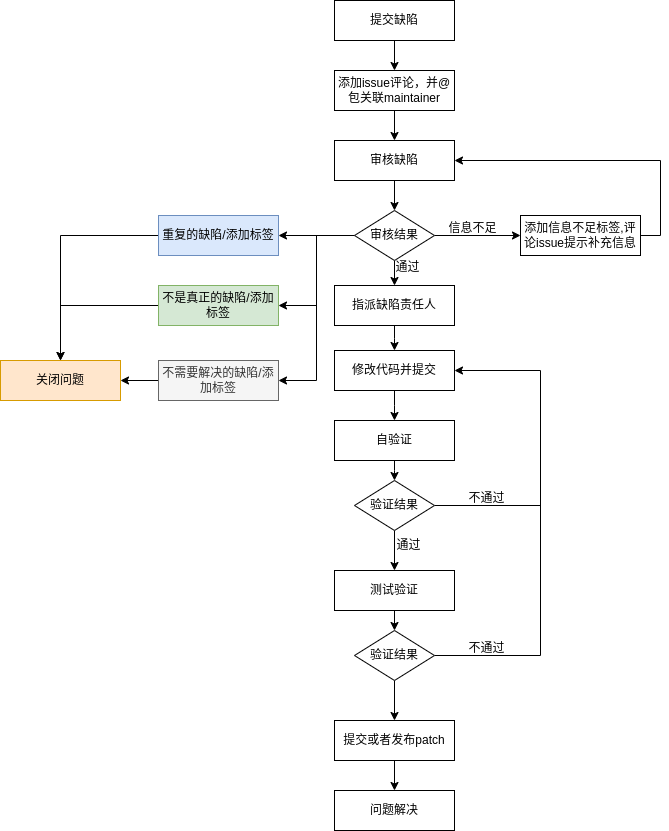
Earlier version of the draw.io export 缺陷issue处理流程.png (weijiang1994/draw-io). Source tidied: cells renumbered, new cells last; positions are measured from the earlier drawing's top-left corner, leaving out a move shared by most shapes.
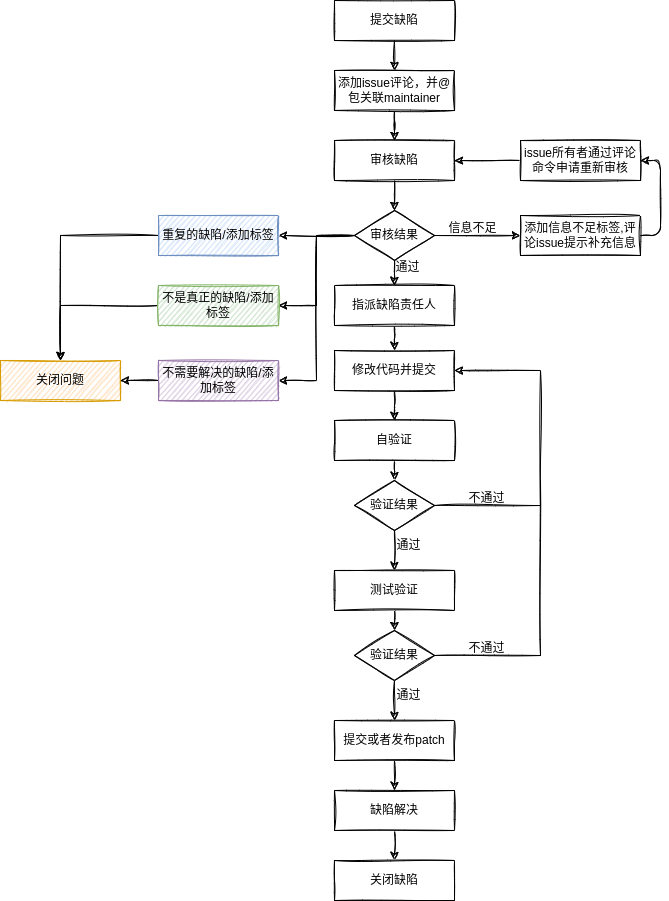
The same file after the commit.

Commit message:
更新缺陷issue处理流程.png

Diff of the diagram source:
```diff
@@ -2,147 +2,162 @@
   <root>
     <mxCell id="0" />
     <mxCell id="1" parent="0" />
-    <mxCell id="2" style="edgeStyle=orthogonalEdgeStyle;rounded=0;jettySize=auto;html=1;exitX=0.5;exitY=1;exitDx=0;exitDy=0;entryX=0.5;entryY=0;entryDx=0;entryDy=0;" parent="1" edge="1" source="3">
+    <mxCell id="2" style="edgeStyle=orthogonalEdgeStyle;rounded=0;jettySize=auto;html=1;exitX=0.5;exitY=1;exitDx=0;exitDy=0;entryX=0.5;entryY=0;entryDx=0;entryDy=0;sketch=1;" parent="1" edge="1" source="3">
       <mxGeometry relative="1" as="geometry">
         <mxPoint x="394" y="70" as="targetPoint" />
       </mxGeometry>
     </mxCell>
-    <mxCell id="3" value="提交缺陷" style="rounded=0;whiteSpace=wrap;html=1;" parent="1" vertex="1">
+    <mxCell id="3" value="提交缺陷" style="rounded=0;whiteSpace=wrap;html=1;sketch=1;" parent="1" vertex="1">
       <mxGeometry x="334" width="120" height="40" as="geometry" />
     </mxCell>
-    <mxCell id="4" style="edgeStyle=orthogonalEdgeStyle;rounded=0;jettySize=auto;html=1;exitX=0.5;exitY=1;exitDx=0;exitDy=0;" parent="1" edge="1" source="5" target="7">
+    <mxCell id="4" style="edgeStyle=orthogonalEdgeStyle;rounded=0;jettySize=auto;html=1;exitX=0.5;exitY=1;exitDx=0;exitDy=0;sketch=1;" parent="1" edge="1" source="5" target="7">
       <mxGeometry relative="1" as="geometry" />
     </mxCell>
-    <mxCell id="5" value="添加issue评论，并@包关联maintainer" style="rounded=0;whiteSpace=wrap;html=1;" parent="1" vertex="1">
+    <mxCell id="5" value="添加issue评论，并@包关联maintainer" style="rounded=0;whiteSpace=wrap;html=1;sketch=1;" parent="1" vertex="1">
       <mxGeometry x="334" y="70" width="120" height="40" as="geometry" />
     </mxCell>
-    <mxCell id="6" style="edgeStyle=orthogonalEdgeStyle;rounded=0;jettySize=auto;html=1;exitX=0.5;exitY=1;exitDx=0;exitDy=0;entryX=0.5;entryY=0;entryDx=0;entryDy=0;" parent="1" edge="1" source="7" target="13">
+    <mxCell id="6" style="edgeStyle=orthogonalEdgeStyle;rounded=0;jettySize=auto;html=1;exitX=0.5;exitY=1;exitDx=0;exitDy=0;entryX=0.5;entryY=0;entryDx=0;entryDy=0;sketch=1;" parent="1" edge="1" source="7" target="13">
       <mxGeometry relative="1" as="geometry" />
     </mxCell>
-    <mxCell id="7" value="审核缺陷" style="rounded=0;whiteSpace=wrap;html=1;" parent="1" vertex="1">
+    <mxCell id="7" value="审核缺陷" style="rounded=0;whiteSpace=wrap;html=1;sketch=1;" parent="1" vertex="1">
       <mxGeometry x="334" y="140" width="120" height="40" as="geometry" />
     </mxCell>
-    <mxCell id="8" style="edgeStyle=orthogonalEdgeStyle;rounded=0;jettySize=auto;html=1;exitX=1;exitY=0.5;exitDx=0;exitDy=0;entryX=0;entryY=0.5;entryDx=0;entryDy=0;fontSize=5;" parent="1" edge="1" source="13" target="15">
+    <mxCell id="8" style="edgeStyle=orthogonalEdgeStyle;rounded=0;jettySize=auto;html=1;exitX=1;exitY=0.5;exitDx=0;exitDy=0;entryX=0;entryY=0.5;entryDx=0;entryDy=0;fontSize=5;sketch=1;" parent="1" edge="1" source="13" target="15">
       <mxGeometry relative="1" as="geometry" />
     </mxCell>
-    <mxCell id="9" style="edgeStyle=elbowEdgeStyle;rounded=0;jettySize=auto;html=1;exitX=0.5;exitY=1;exitDx=0;exitDy=0;fontSize=5;" parent="1" edge="1" source="13" target="19">
+    <mxCell id="9" style="edgeStyle=elbowEdgeStyle;rounded=0;jettySize=auto;html=1;exitX=0.5;exitY=1;exitDx=0;exitDy=0;fontSize=5;sketch=1;" parent="1" edge="1" source="13" target="19">
       <mxGeometry relative="1" as="geometry" />
     </mxCell>
-    <mxCell id="10" style="edgeStyle=orthogonalEdgeStyle;rounded=0;jettySize=auto;html=1;exitX=0;exitY=0.5;exitDx=0;exitDy=0;fontSize=5;startArrow=none;startFill=0;endArrow=classic;endFill=1;elbow=vertical;" parent="1" edge="1" source="13" target="22">
+    <mxCell id="10" style="edgeStyle=orthogonalEdgeStyle;rounded=0;jettySize=auto;html=1;exitX=0;exitY=0.5;exitDx=0;exitDy=0;fontSize=5;startArrow=none;startFill=0;endArrow=classic;endFill=1;elbow=vertical;sketch=1;" parent="1" edge="1" source="13" target="22">
       <mxGeometry relative="1" as="geometry" />
     </mxCell>
-    <mxCell id="11" style="edgeStyle=orthogonalEdgeStyle;rounded=0;jettySize=auto;html=1;exitX=0;exitY=0.5;exitDx=0;exitDy=0;entryX=1;entryY=0.5;entryDx=0;entryDy=0;fontSize=5;startArrow=none;startFill=0;endArrow=classic;endFill=1;elbow=vertical;" parent="1" edge="1" source="13" target="24">
+    <mxCell id="11" style="edgeStyle=orthogonalEdgeStyle;rounded=0;jettySize=auto;html=1;exitX=0;exitY=0.5;exitDx=0;exitDy=0;entryX=1;entryY=0.5;entryDx=0;entryDy=0;fontSize=5;startArrow=none;startFill=0;endArrow=classic;endFill=1;elbow=vertical;sketch=1;" parent="1" edge="1" source="13" target="24">
       <mxGeometry relative="1" as="geometry" />
     </mxCell>
-    <mxCell id="12" style="edgeStyle=orthogonalEdgeStyle;rounded=0;jettySize=auto;html=1;exitX=0;exitY=0.5;exitDx=0;exitDy=0;entryX=1;entryY=0.5;entryDx=0;entryDy=0;fontSize=5;startArrow=none;startFill=0;endArrow=classic;endFill=1;elbow=vertical;" parent="1" edge="1" source="13" target="26">
+    <mxCell id="12" style="edgeStyle=orthogonalEdgeStyle;rounded=0;jettySize=auto;html=1;exitX=0;exitY=0.5;exitDx=0;exitDy=0;entryX=1;entryY=0.5;entryDx=0;entryDy=0;fontSize=5;startArrow=none;startFill=0;endArrow=classic;endFill=1;elbow=vertical;sketch=1;" parent="1" edge="1" source="13" target="26">
       <mxGeometry relative="1" as="geometry" />
     </mxCell>
-    <mxCell id="13" value="审核结果" style="rhombus;whiteSpace=wrap;html=1;rounded=0;" parent="1" vertex="1">
+    <mxCell id="13" value="审核结果" style="rhombus;whiteSpace=wrap;html=1;rounded=0;sketch=1;" parent="1" vertex="1">
       <mxGeometry x="354" y="210" width="80" height="50" as="geometry" />
     </mxCell>
-    <mxCell id="14" style="edgeStyle=orthogonalEdgeStyle;rounded=0;jettySize=auto;html=1;exitX=1;exitY=0.5;exitDx=0;exitDy=0;entryX=1;entryY=0.5;entryDx=0;entryDy=0;fontSize=5;" parent="1" edge="1" source="15" target="7">
-      <mxGeometry relative="1" as="geometry" />
-    </mxCell>
+    <mxCell id="46" style="edgeStyle=orthogonalEdgeStyle;sketch=1;jettySize=auto;html=1;exitX=1;exitY=0.5;exitDx=0;exitDy=0;entryX=1;entryY=0.5;entryDx=0;entryDy=0;fontSize=5;startArrow=none;startFill=0;endArrow=classic;endFill=1;elbow=vertical;" parent="1" edge="1" source="15" target="51">
+      <mxGeometry relative="1" as="geometry" />
+    </mxCell>
-    <mxCell id="15" value="添加信息不足标签,评论issue提示补充信息" style="rounded=0;whiteSpace=wrap;html=1;" parent="1" vertex="1">
+    <mxCell id="15" value="添加信息不足标签,评论issue提示补充信息" style="rounded=0;whiteSpace=wrap;html=1;sketch=1;" parent="1" vertex="1">
       <mxGeometry x="520" y="215" width="120" height="40" as="geometry" />
     </mxCell>
-    <mxCell id="16" value="信息不足" style="text;html=1;align=center;verticalAlign=middle;strokeColor=none;fillColor=none;fontSize=5;rounded=0;" parent="1" vertex="1">
+    <mxCell id="16" value="信息不足" style="text;html=1;align=center;verticalAlign=middle;strokeColor=none;fillColor=none;fontSize=5;rounded=0;sketch=1;" parent="1" vertex="1">
       <mxGeometry x="442" y="223" width="60" height="10" as="geometry" />
     </mxCell>
-    <mxCell id="17" value="关闭问题" style="rounded=0;whiteSpace=wrap;html=1;fillColor=#ffe6cc;strokeColor=#d79b00;" parent="1" vertex="1">
+    <mxCell id="17" value="关闭问题" style="rounded=0;whiteSpace=wrap;html=1;fillColor=#ffe6cc;strokeColor=#d79b00;sketch=1;" parent="1" vertex="1">
       <mxGeometry y="360" width="120" height="40" as="geometry" />
     </mxCell>
-    <mxCell id="18" style="edgeStyle=elbowEdgeStyle;rounded=0;jettySize=auto;elbow=vertical;html=1;exitX=0.5;exitY=1;exitDx=0;exitDy=0;entryX=0.5;entryY=0;entryDx=0;entryDy=0;fontSize=5;endArrow=classic;endFill=1;" parent="1" edge="1" source="19" target="29">
+    <mxCell id="18" style="edgeStyle=elbowEdgeStyle;rounded=0;jettySize=auto;elbow=vertical;html=1;exitX=0.5;exitY=1;exitDx=0;exitDy=0;entryX=0.5;entryY=0;entryDx=0;entryDy=0;fontSize=5;endArrow=classic;endFill=1;sketch=1;" parent="1" edge="1" source="19" target="29">
       <mxGeometry relative="1" as="geometry" />
     </mxCell>
-    <mxCell id="19" value="指派缺陷责任人" style="rounded=0;whiteSpace=wrap;html=1;" parent="1" vertex="1">
+    <mxCell id="19" value="指派缺陷责任人" style="rounded=0;whiteSpace=wrap;html=1;sketch=1;" parent="1" vertex="1">
       <mxGeometry x="334" y="285" width="120" height="40" as="geometry" />
     </mxCell>
-    <mxCell id="20" value="通过" style="text;html=1;align=center;verticalAlign=middle;strokeColor=none;fillColor=none;fontSize=5;rounded=0;" parent="1" vertex="1">
+    <mxCell id="20" value="通过" style="text;html=1;align=center;verticalAlign=middle;strokeColor=none;fillColor=none;fontSize=5;rounded=0;sketch=1;" parent="1" vertex="1">
       <mxGeometry x="387" y="262" width="40" height="10" as="geometry" />
     </mxCell>
-    <mxCell id="21" style="edgeStyle=orthogonalEdgeStyle;rounded=0;jettySize=auto;html=1;exitX=0;exitY=0.5;exitDx=0;exitDy=0;entryX=0.5;entryY=0;entryDx=0;entryDy=0;fontSize=5;startArrow=none;startFill=0;endArrow=classic;endFill=1;elbow=vertical;" parent="1" edge="1" source="22" target="17">
+    <mxCell id="21" style="edgeStyle=orthogonalEdgeStyle;rounded=0;jettySize=auto;html=1;exitX=0;exitY=0.5;exitDx=0;exitDy=0;entryX=0.5;entryY=0;entryDx=0;entryDy=0;fontSize=5;startArrow=none;startFill=0;endArrow=classic;endFill=1;elbow=vertical;sketch=1;" parent="1" edge="1" source="22" target="17">
       <mxGeometry relative="1" as="geometry" />
     </mxCell>
-    <mxCell id="22" value="重复的缺陷/添加标签" style="rounded=0;whiteSpace=wrap;html=1;fillColor=#dae8fc;strokeColor=#6c8ebf;" parent="1" vertex="1">
+    <mxCell id="22" value="重复的缺陷/添加标签" style="rounded=0;whiteSpace=wrap;html=1;fillColor=#dae8fc;strokeColor=#6c8ebf;sketch=1;" parent="1" vertex="1">
       <mxGeometry x="158" y="215" width="120" height="40" as="geometry" />
     </mxCell>
-    <mxCell id="23" style="edgeStyle=orthogonalEdgeStyle;rounded=0;jettySize=auto;html=1;exitX=0;exitY=0.5;exitDx=0;exitDy=0;fontSize=5;startArrow=none;startFill=0;endArrow=classic;endFill=1;elbow=vertical;" parent="1" edge="1" source="24">
+    <mxCell id="23" style="edgeStyle=orthogonalEdgeStyle;rounded=0;jettySize=auto;html=1;exitX=0;exitY=0.5;exitDx=0;exitDy=0;fontSize=5;startArrow=none;startFill=0;endArrow=classic;endFill=1;elbow=vertical;sketch=1;" parent="1" edge="1" source="24">
       <mxGeometry relative="1" as="geometry">
         <mxPoint x="60" y="360" as="targetPoint" />
       </mxGeometry>
     </mxCell>
-    <mxCell id="24" value="不是真正的缺陷/添加标签" style="rounded=0;whiteSpace=wrap;html=1;fillColor=#d5e8d4;strokeColor=#82b366;" parent="1" vertex="1">
+    <mxCell id="24" value="不是真正的缺陷/添加标签" style="rounded=0;whiteSpace=wrap;html=1;fillColor=#d5e8d4;strokeColor=#82b366;sketch=1;" parent="1" vertex="1">
       <mxGeometry x="158" y="285" width="120" height="40" as="geometry" />
     </mxCell>
-    <mxCell id="25" style="edgeStyle=orthogonalEdgeStyle;rounded=0;jettySize=auto;html=1;exitX=0;exitY=0.5;exitDx=0;exitDy=0;entryX=1;entryY=0.5;entryDx=0;entryDy=0;fontSize=5;startArrow=none;startFill=0;endArrow=classic;endFill=1;elbow=vertical;" parent="1" edge="1" source="26" target="17">
+    <mxCell id="25" style="edgeStyle=orthogonalEdgeStyle;rounded=0;jettySize=auto;html=1;exitX=0;exitY=0.5;exitDx=0;exitDy=0;entryX=1;entryY=0.5;entryDx=0;entryDy=0;fontSize=5;startArrow=none;startFill=0;endArrow=classic;endFill=1;elbow=vertical;sketch=1;" parent="1" edge="1" source="26" target="17">
       <mxGeometry relative="1" as="geometry" />
     </mxCell>
-    <mxCell id="26" value="不需要解决的缺陷/添加标签" style="rounded=0;whiteSpace=wrap;html=1;fillColor=#f5f5f5;fontColor=#333333;strokeColor=#666666;" parent="1" vertex="1">
+    <mxCell id="26" value="不需要解决的缺陷/添加标签" style="rounded=0;whiteSpace=wrap;html=1;fillColor=#e1d5e7;strokeColor=#9673a6;sketch=1;" parent="1" vertex="1">
       <mxGeometry x="158" y="360" width="120" height="40" as="geometry" />
     </mxCell>
-    <mxCell id="27" style="edgeStyle=elbowEdgeStyle;rounded=0;jettySize=auto;elbow=vertical;html=1;exitX=0.5;exitY=1;exitDx=0;exitDy=0;fontSize=5;endArrow=classic;endFill=1;" parent="1" edge="1" source="29" target="31">
+    <mxCell id="27" style="edgeStyle=elbowEdgeStyle;rounded=0;jettySize=auto;elbow=vertical;html=1;exitX=0.5;exitY=1;exitDx=0;exitDy=0;fontSize=5;endArrow=classic;endFill=1;sketch=1;" parent="1" edge="1" source="29" target="31">
       <mxGeometry relative="1" as="geometry" />
     </mxCell>
-    <mxCell id="28" style="edgeStyle=orthogonalEdgeStyle;rounded=0;jettySize=auto;html=1;exitX=1;exitY=0.5;exitDx=0;exitDy=0;fontSize=5;endArrow=none;endFill=0;elbow=vertical;startArrow=classic;startFill=1;" parent="1" edge="1" source="29">
+    <mxCell id="28" style="edgeStyle=orthogonalEdgeStyle;rounded=0;jettySize=auto;html=1;exitX=1;exitY=0.5;exitDx=0;exitDy=0;fontSize=5;endArrow=none;endFill=0;elbow=vertical;startArrow=classic;startFill=1;sketch=1;" parent="1" edge="1" source="29">
       <mxGeometry relative="1" as="geometry">
         <mxPoint x="540" y="370" as="targetPoint" />
       </mxGeometry>
     </mxCell>
-    <mxCell id="29" value="修改代码并提交" style="rounded=0;whiteSpace=wrap;html=1;" parent="1" vertex="1">
+    <mxCell id="29" value="修改代码并提交" style="rounded=0;whiteSpace=wrap;html=1;sketch=1;" parent="1" vertex="1">
       <mxGeometry x="334" y="350" width="120" height="40" as="geometry" />
     </mxCell>
-    <mxCell id="30" style="edgeStyle=elbowEdgeStyle;rounded=0;jettySize=auto;elbow=vertical;html=1;exitX=0.5;exitY=1;exitDx=0;exitDy=0;entryX=0.5;entryY=0;entryDx=0;entryDy=0;fontSize=5;endArrow=classic;endFill=1;" parent="1" edge="1" source="31" target="34">
+    <mxCell id="30" style="edgeStyle=elbowEdgeStyle;rounded=0;jettySize=auto;elbow=vertical;html=1;exitX=0.5;exitY=1;exitDx=0;exitDy=0;entryX=0.5;entryY=0;entryDx=0;entryDy=0;fontSize=5;endArrow=classic;endFill=1;sketch=1;" parent="1" edge="1" source="31" target="34">
       <mxGeometry relative="1" as="geometry" />
     </mxCell>
-    <mxCell id="31" value="自验证" style="rounded=0;whiteSpace=wrap;html=1;" parent="1" vertex="1">
+    <mxCell id="31" value="自验证" style="rounded=0;whiteSpace=wrap;html=1;sketch=1;" parent="1" vertex="1">
       <mxGeometry x="334" y="420" width="120" height="40" as="geometry" />
     </mxCell>
-    <mxCell id="32" style="edgeStyle=orthogonalEdgeStyle;rounded=0;jettySize=auto;html=1;exitX=1;exitY=0.5;exitDx=0;exitDy=0;fontSize=5;endArrow=none;endFill=0;elbow=vertical;" parent="1" edge="1" source="34">
+    <mxCell id="32" style="edgeStyle=orthogonalEdgeStyle;rounded=0;jettySize=auto;html=1;exitX=1;exitY=0.5;exitDx=0;exitDy=0;fontSize=5;endArrow=none;endFill=0;elbow=vertical;sketch=1;" parent="1" edge="1" source="34">
       <mxGeometry relative="1" as="geometry">
         <mxPoint x="540" y="370" as="targetPoint" />
       </mxGeometry>
     </mxCell>
-    <mxCell id="33" style="edgeStyle=orthogonalEdgeStyle;jettySize=auto;html=1;exitX=0.5;exitY=1;exitDx=0;exitDy=0;fontSize=5;startArrow=none;startFill=0;endArrow=classic;endFill=1;elbow=vertical;" parent="1" edge="1" source="34" target="37">
+    <mxCell id="33" style="edgeStyle=orthogonalEdgeStyle;jettySize=auto;html=1;exitX=0.5;exitY=1;exitDx=0;exitDy=0;fontSize=5;startArrow=none;startFill=0;endArrow=classic;endFill=1;elbow=vertical;sketch=1;rounded=0;" parent="1" edge="1" source="34" target="37">
       <mxGeometry relative="1" as="geometry" />
     </mxCell>
-    <mxCell id="34" value="验证结果" style="rhombus;whiteSpace=wrap;html=1;rounded=0;" parent="1" vertex="1">
+    <mxCell id="34" value="验证结果" style="rhombus;whiteSpace=wrap;html=1;rounded=0;sketch=1;" parent="1" vertex="1">
       <mxGeometry x="354" y="480" width="80" height="50" as="geometry" />
     </mxCell>
-    <mxCell id="35" value="不通过" style="text;html=1;align=center;verticalAlign=middle;strokeColor=none;fillColor=none;fontSize=5;rounded=0;" parent="1" vertex="1">
+    <mxCell id="35" value="不通过" style="text;html=1;align=center;verticalAlign=middle;strokeColor=none;fillColor=none;fontSize=5;rounded=0;sketch=1;" parent="1" vertex="1">
       <mxGeometry x="461" y="493" width="50" height="10" as="geometry" />
     </mxCell>
-    <mxCell id="36" style="edgeStyle=orthogonalEdgeStyle;jettySize=auto;html=1;exitX=0.5;exitY=1;exitDx=0;exitDy=0;entryX=0.5;entryY=0;entryDx=0;entryDy=0;fontSize=5;startArrow=none;startFill=0;endArrow=classic;endFill=1;elbow=vertical;" parent="1" edge="1" source="37" target="40">
+    <mxCell id="36" style="edgeStyle=orthogonalEdgeStyle;jettySize=auto;html=1;exitX=0.5;exitY=1;exitDx=0;exitDy=0;entryX=0.5;entryY=0;entryDx=0;entryDy=0;fontSize=5;startArrow=none;startFill=0;endArrow=classic;endFill=1;elbow=vertical;sketch=1;rounded=0;" parent="1" edge="1" source="37" target="40">
       <mxGeometry relative="1" as="geometry" />
     </mxCell>
-    <mxCell id="37" value="测试验证" style="rounded=0;whiteSpace=wrap;html=1;" parent="1" vertex="1">
+    <mxCell id="37" value="测试验证" style="rounded=0;whiteSpace=wrap;html=1;sketch=1;" parent="1" vertex="1">
       <mxGeometry x="334" y="570" width="120" height="40" as="geometry" />
     </mxCell>
-    <mxCell id="38" style="edgeStyle=orthogonalEdgeStyle;jettySize=auto;html=1;exitX=1;exitY=0.5;exitDx=0;exitDy=0;fontSize=5;startArrow=none;startFill=0;endArrow=none;endFill=0;elbow=vertical;rounded=0;" parent="1" edge="1" source="40">
+    <mxCell id="38" style="edgeStyle=orthogonalEdgeStyle;jettySize=auto;html=1;exitX=1;exitY=0.5;exitDx=0;exitDy=0;fontSize=5;startArrow=none;startFill=0;endArrow=none;endFill=0;elbow=vertical;rounded=0;sketch=1;" parent="1" edge="1" source="40">
       <mxGeometry relative="1" as="geometry">
         <mxPoint x="540" y="480" as="targetPoint" />
       </mxGeometry>
     </mxCell>
-    <mxCell id="39" style="edgeStyle=orthogonalEdgeStyle;rounded=0;jettySize=auto;html=1;exitX=0.5;exitY=1;exitDx=0;exitDy=0;entryX=0.5;entryY=0;entryDx=0;entryDy=0;fontSize=5;startArrow=none;startFill=0;endArrow=classic;endFill=1;elbow=vertical;" parent="1" edge="1" source="40" target="44">
+    <mxCell id="39" style="edgeStyle=orthogonalEdgeStyle;rounded=0;jettySize=auto;html=1;exitX=0.5;exitY=1;exitDx=0;exitDy=0;entryX=0.5;entryY=0;entryDx=0;entryDy=0;fontSize=5;startArrow=none;startFill=0;endArrow=classic;endFill=1;elbow=vertical;sketch=1;" parent="1" edge="1" source="40" target="44">
       <mxGeometry relative="1" as="geometry" />
     </mxCell>
-    <mxCell id="40" value="验证结果" style="rhombus;whiteSpace=wrap;html=1;rounded=0;" parent="1" vertex="1">
+    <mxCell id="40" value="验证结果" style="rhombus;whiteSpace=wrap;html=1;rounded=0;sketch=1;" parent="1" vertex="1">
       <mxGeometry x="354" y="630" width="80" height="50" as="geometry" />
     </mxCell>
-    <mxCell id="41" value="不通过" style="text;html=1;align=center;verticalAlign=middle;strokeColor=none;fillColor=none;fontSize=5;rounded=0;" parent="1" vertex="1">
+    <mxCell id="41" value="不通过" style="text;html=1;align=center;verticalAlign=middle;strokeColor=none;fillColor=none;fontSize=5;rounded=0;sketch=1;" parent="1" vertex="1">
       <mxGeometry x="461" y="643" width="50" height="10" as="geometry" />
     </mxCell>
-    <mxCell id="42" value="通过" style="text;html=1;align=center;verticalAlign=middle;strokeColor=none;fillColor=none;fontSize=5;rounded=0;" parent="1" vertex="1">
+    <mxCell id="42" value="通过" style="text;html=1;align=center;verticalAlign=middle;strokeColor=none;fillColor=none;fontSize=5;rounded=0;sketch=1;" parent="1" vertex="1">
       <mxGeometry x="388" y="540" width="40" height="10" as="geometry" />
     </mxCell>
-    <mxCell id="43" style="edgeStyle=orthogonalEdgeStyle;rounded=0;jettySize=auto;html=1;exitX=0.5;exitY=1;exitDx=0;exitDy=0;entryX=0.5;entryY=0;entryDx=0;entryDy=0;fontSize=5;startArrow=none;startFill=0;endArrow=classic;endFill=1;elbow=vertical;" parent="1" edge="1" source="44" target="45">
+    <mxCell id="43" style="edgeStyle=orthogonalEdgeStyle;rounded=0;jettySize=auto;html=1;exitX=0.5;exitY=1;exitDx=0;exitDy=0;entryX=0.5;entryY=0;entryDx=0;entryDy=0;fontSize=5;startArrow=none;startFill=0;endArrow=classic;endFill=1;elbow=vertical;sketch=1;" parent="1" edge="1" source="44" target="45">
       <mxGeometry relative="1" as="geometry" />
     </mxCell>
-    <mxCell id="44" value="提交或者发布patch" style="rounded=0;whiteSpace=wrap;html=1;" parent="1" vertex="1">
+    <mxCell id="44" value="提交或者发布patch" style="rounded=0;whiteSpace=wrap;html=1;sketch=1;" parent="1" vertex="1">
       <mxGeometry x="334" y="720" width="120" height="40" as="geometry" />
     </mxCell>
+    <mxCell id="47" style="edgeStyle=orthogonalEdgeStyle;rounded=0;jettySize=auto;html=1;exitX=0.5;exitY=1;exitDx=0;exitDy=0;entryX=0.5;entryY=0;entryDx=0;entryDy=0;fontSize=5;startArrow=none;startFill=0;endArrow=classic;endFill=1;elbow=vertical;sketch=1;" parent="1" edge="1" source="45" target="49">
+      <mxGeometry relative="1" as="geometry" />
+    </mxCell>
-    <mxCell id="45" value="问题解决" style="rounded=0;whiteSpace=wrap;html=1;" parent="1" vertex="1">
+    <mxCell id="45" value="缺陷解决" style="rounded=0;whiteSpace=wrap;html=1;sketch=1;" parent="1" vertex="1">
       <mxGeometry x="334" y="790" width="120" height="40" as="geometry" />
     </mxCell>
+    <mxCell id="48" value="通过" style="text;html=1;align=center;verticalAlign=middle;strokeColor=none;fillColor=none;fontSize=5;rounded=0;sketch=1;" parent="1" vertex="1">
+      <mxGeometry x="388" y="690" width="40" height="10" as="geometry" />
+    </mxCell>
+    <mxCell id="49" value="关闭缺陷" style="rounded=0;whiteSpace=wrap;html=1;sketch=1;" parent="1" vertex="1">
+      <mxGeometry x="334" y="860" width="120" height="40" as="geometry" />
+    </mxCell>
+    <mxCell id="50" style="edgeStyle=orthogonalEdgeStyle;sketch=1;jettySize=auto;html=1;exitX=0;exitY=0.5;exitDx=0;exitDy=0;entryX=1;entryY=0.5;entryDx=0;entryDy=0;fontSize=5;startArrow=none;startFill=0;endArrow=classic;endFill=1;elbow=vertical;" parent="1" edge="1" source="51" target="7">
+      <mxGeometry relative="1" as="geometry" />
+    </mxCell>
+    <mxCell id="51" value="issue所有者通过评论命令申请重新审核" style="rounded=0;whiteSpace=wrap;html=1;sketch=1;" parent="1" vertex="1">
+      <mxGeometry x="520" y="140" width="120" height="40" as="geometry" />
+    </mxCell>
   </root>
 </mxGraphModel>
```
